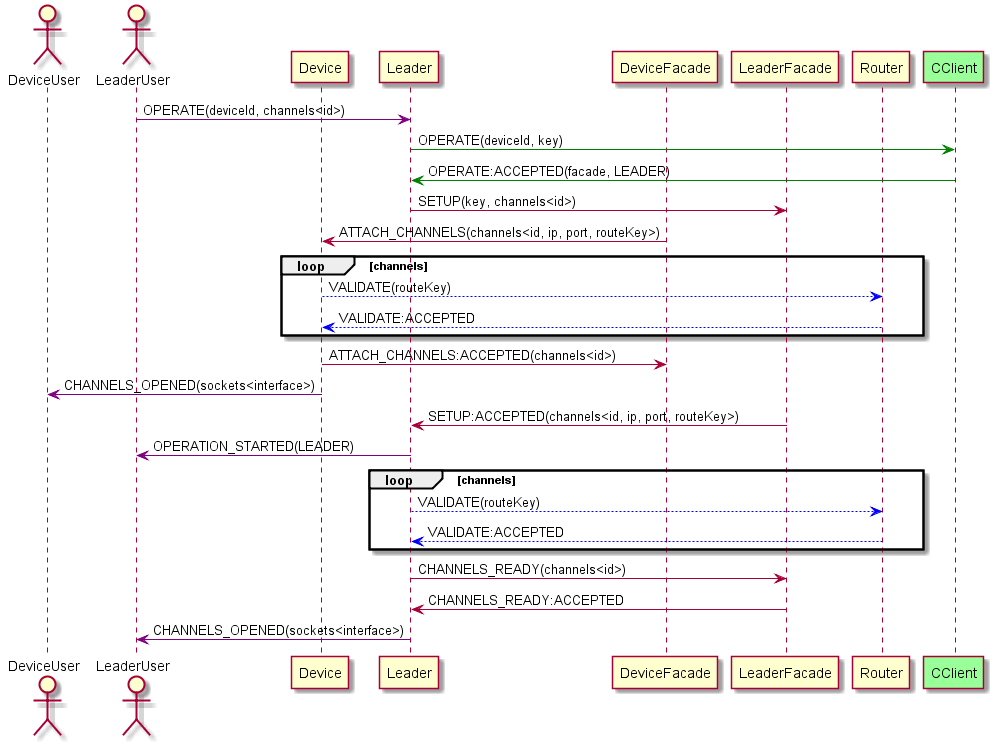
nawbar23/fleetmgr keeps this PlantUML diagram as doc/flows/3_leader_operate.png. Above is the earlier version. The source it was exported from:
```plantuml
@startuml

actor DeviceUser
actor LeaderUser
participant Device
participant Leader
participant DeviceFacade
participant LeaderFacade
participant Router
participant CClient #99FF99

LeaderUser -[#purple]> Leader: OPERATE(deviceId, channels<id>)

Leader -[#green]> CClient: OPERATE(deviceId, key)










CClient -[#green]> Leader: OPERATE:ACCEPTED(facade, LEADER)


Leader -> LeaderFacade: SETUP(key, channels<id>)




DeviceFacade -> Device: ATTACH_CHANNELS(channels<id, ip, port, routeKey>)

loop channels
Device --[#blue]> Router: VALIDATE(routeKey)
Router --[#blue]> Device: VALIDATE:ACCEPTED
end

Device -> DeviceFacade: ATTACH_CHANNELS:ACCEPTED(channels<id>)

Device -[#purple]> DeviceUser: CHANNELS_OPENED(sockets<interface>)




LeaderFacade -> Leader: SETUP:ACCEPTED(channels<id, ip, port, routeKey>)

Leader -[#purple]> LeaderUser: OPERATION_STARTED(LEADER)

loop channels
Leader --[#blue]> Router: VALIDATE(routeKey)
Router --[#blue]> Leader: VALIDATE:ACCEPTED
end

Leader -> LeaderFacade: CHANNELS_READY(channels<id>)





LeaderFacade -> Leader: CHANNELS_READY:ACCEPTED

Leader -[#purple]> LeaderUser: CHANNELS_OPENED(sockets<interface>)

@enduml
```
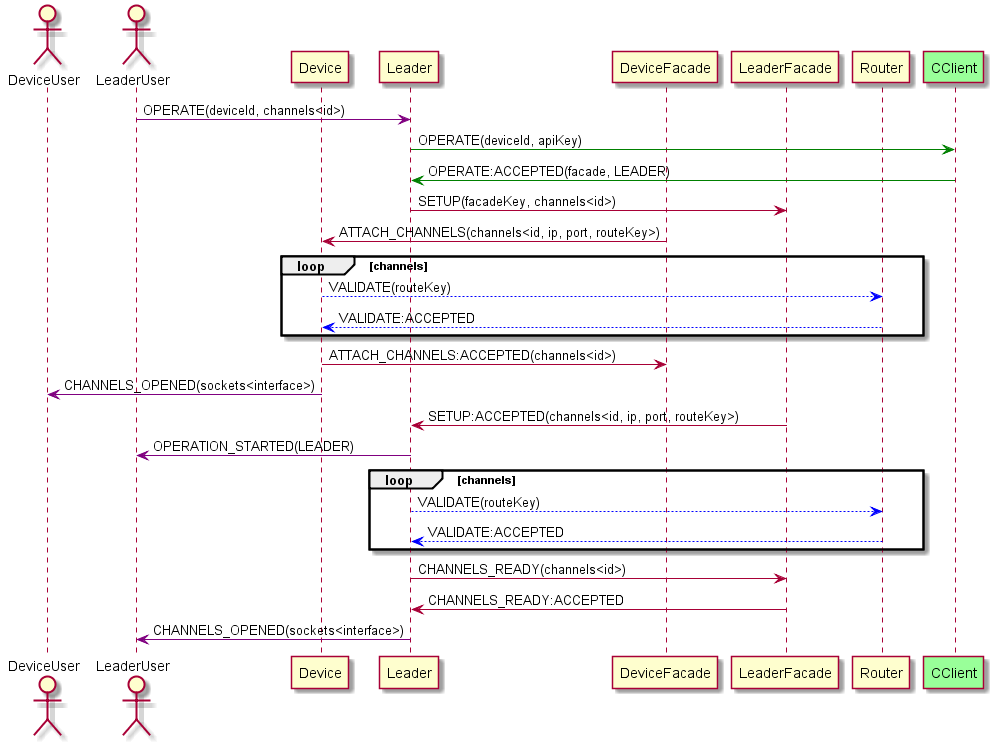
Later version of the same file.

The edit, as a diff of the source:
```diff
@@ -11,7 +11,7 @@
 
 LeaderUser -[#purple]> Leader: OPERATE(deviceId, channels<id>)
 
-Leader -[#green]> CClient: OPERATE(deviceId, key)
+Leader -[#green]> CClient: OPERATE(deviceId, apiKey)
 
 
 
@@ -25,7 +25,7 @@
 CClient -[#green]> Leader: OPERATE:ACCEPTED(facade, LEADER)
 
 
-Leader -> LeaderFacade: SETUP(key, channels<id>)
+Leader -> LeaderFacade: SETUP(facadeKey, channels<id>)
 
 
 
```
